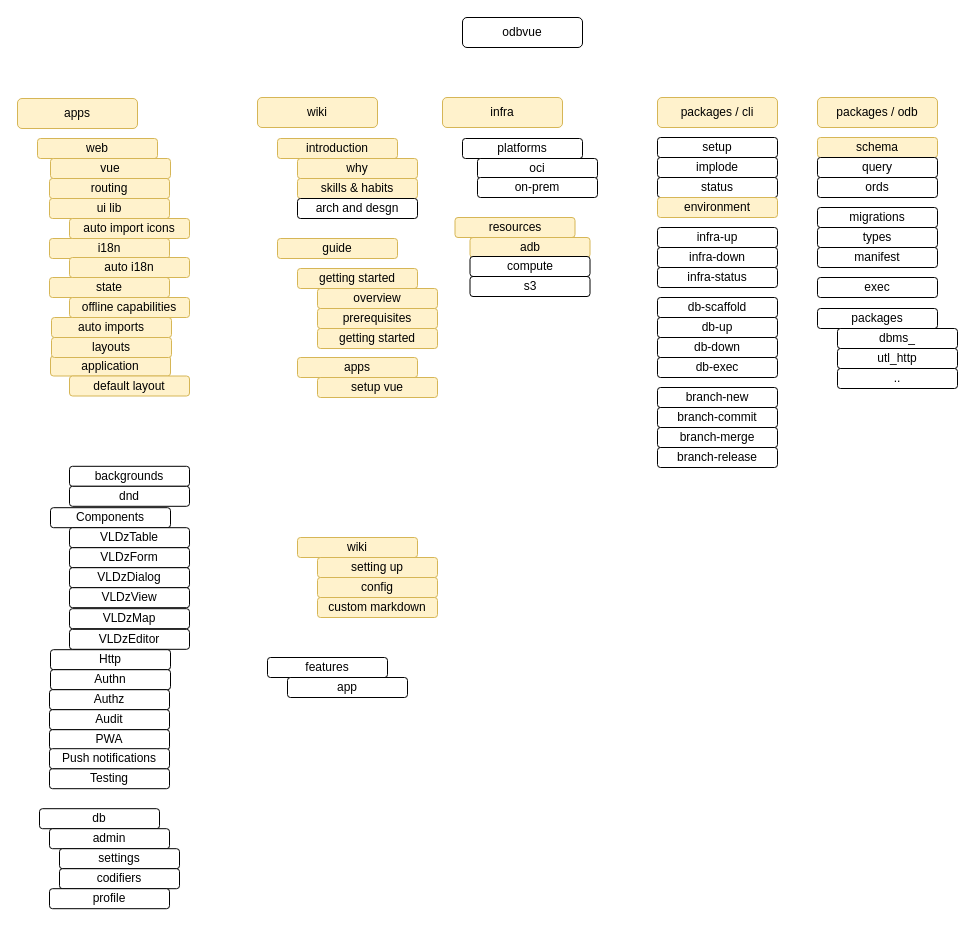
Before: roadmap.drawio in odbvue/odbvue, a draw.io diagram. Source tidied: cells renumbered, new cells numbered last; positions are measured from the earlier drawing's top-left corner, leaving out a move shared by most shapes. Both pictures are drawn from the tidied source at 100%, with x=0, y=0 at pixel (17, 17).
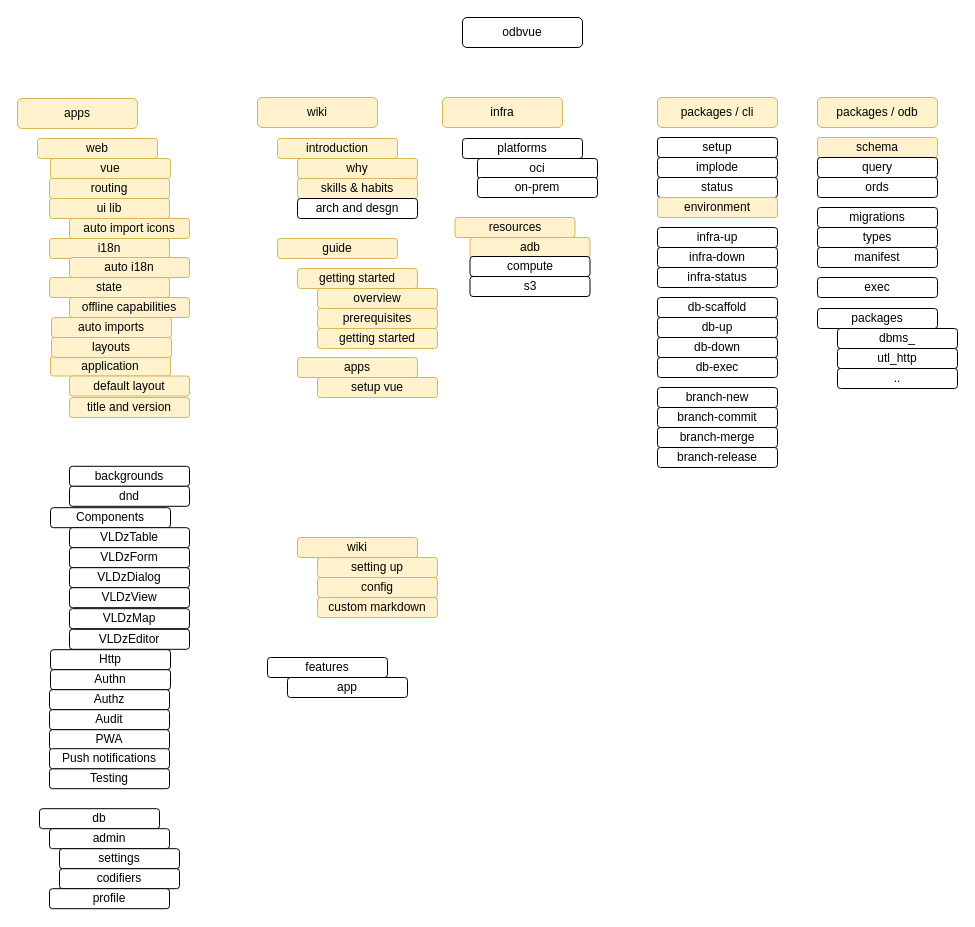
The same page after the edit.

What changed in the source:
```diff
@@
+    <mxCell id="92" value="title and version" style="rounded=1;whiteSpace=wrap;html=1;fillColor=#fff2cc;strokeColor=#d6b656;" parent="1" vertex="1">
+      <mxGeometry x="52" y="380" width="120" height="20" as="geometry" />
+    </mxCell>
```
